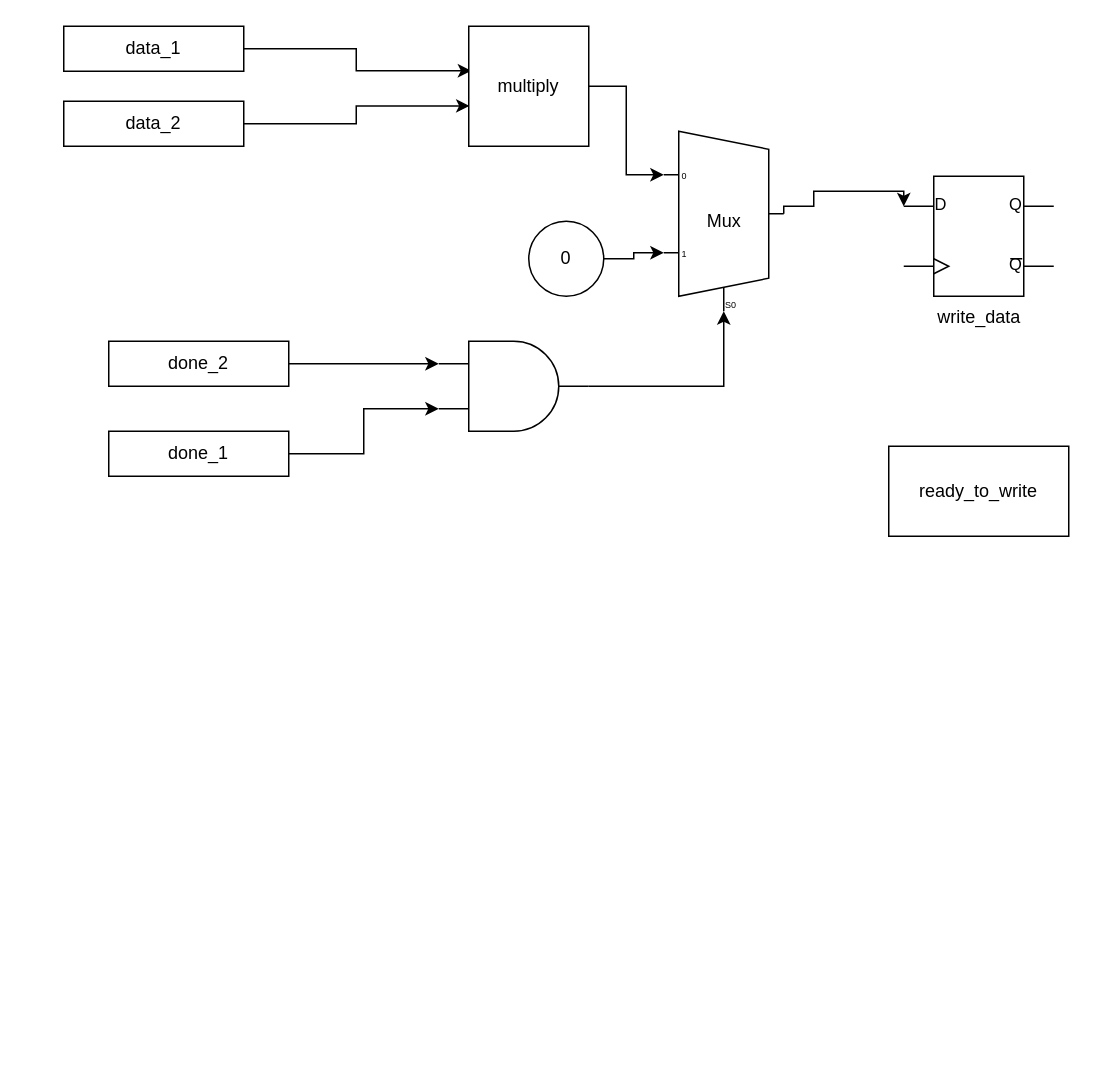
The draw.io diagram page "execution" (3 of 3) of sram-project-control-1.drawio in SeanDaniels/asic-design, before the edit. Source tidied: cells renumbered, new cells numbered last; positions are measured from the earlier drawing's top-left corner, leaving out a move shared by most shapes. Both pictures are drawn from the tidied source at 150%, with x=0, y=0 at pixel (63, 26).
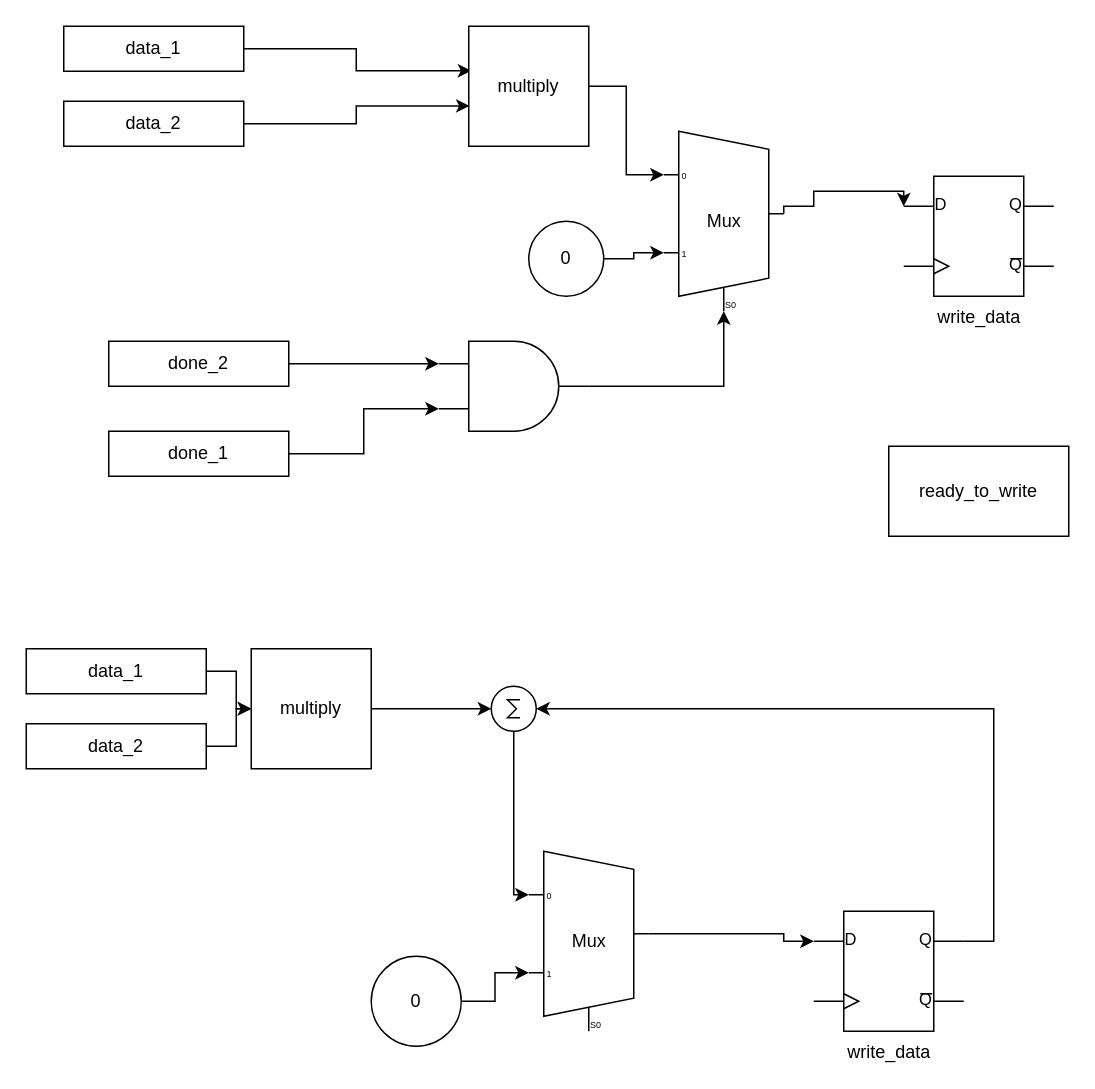
Above is the later version.

Diff of the diagram source:
```diff
@@
+    <mxCell id="20" style="edgeStyle=orthogonalEdgeStyle;rounded=0;jettySize=auto;html=1;exitX=1;exitY=0.5;exitDx=0;exitDy=-5;exitPerimeter=0;entryX=0;entryY=0.25;entryDx=0;entryDy=0;entryPerimeter=0;" parent="1" edge="1" source="21" target="29">
+      <mxGeometry relative="1" as="geometry">
+        <Array as="points">
+          <mxPoint x="480" y="605" />
+        </Array>
+      </mxGeometry>
+    </mxCell>
+    <mxCell id="21" value="Mux" style="shadow=0;dashed=0;align=center;html=1;strokeWidth=1;shape=mxgraph.electrical.abstract.mux2;direction=east;selectorPins=1;" parent="1" vertex="1">
+      <mxGeometry x="310" y="550" width="80" height="120" as="geometry" />
+    </mxCell>
+    <mxCell id="22" style="edgeStyle=orthogonalEdgeStyle;rounded=0;jettySize=auto;html=1;" parent="1" edge="1" source="23" target="31">
+      <mxGeometry relative="1" as="geometry" />
+    </mxCell>
+    <mxCell id="23" value="multiply" style="whiteSpace=wrap;html=1;" parent="1" vertex="1">
+      <mxGeometry x="125" y="415" width="80" height="80" as="geometry" />
+    </mxCell>
+    <mxCell id="24" style="edgeStyle=orthogonalEdgeStyle;rounded=0;jettySize=auto;html=1;" parent="1" edge="1" source="25" target="23">
+      <mxGeometry relative="1" as="geometry" />
+    </mxCell>
+    <mxCell id="25" value="data_1" style="rounded=0;whiteSpace=wrap;html=1;" parent="1" vertex="1">
+      <mxGeometry x="-25" y="415" width="120" height="30" as="geometry" />
+    </mxCell>
+    <mxCell id="26" style="edgeStyle=orthogonalEdgeStyle;rounded=0;jettySize=auto;html=1;" parent="1" edge="1" source="27" target="23">
+      <mxGeometry relative="1" as="geometry" />
+    </mxCell>
+    <mxCell id="27" value="data_2" style="rounded=0;whiteSpace=wrap;html=1;" parent="1" vertex="1">
+      <mxGeometry x="-25" y="465" width="120" height="30" as="geometry" />
+    </mxCell>
+    <mxCell id="28" style="edgeStyle=orthogonalEdgeStyle;rounded=0;jettySize=auto;html=1;exitX=1;exitY=0.25;exitDx=0;exitDy=0;exitPerimeter=0;entryX=1;entryY=0.5;entryDx=0;entryDy=0;entryPerimeter=0;" parent="1" edge="1" source="29" target="31">
+      <mxGeometry relative="1" as="geometry" />
+    </mxCell>
+    <mxCell id="29" value="write_data" style="verticalLabelPosition=bottom;shadow=0;dashed=0;align=center;html=1;verticalAlign=top;shape=mxgraph.electrical.logic_gates.d_type_flip-flop;" parent="1" vertex="1">
+      <mxGeometry x="500" y="590" width="100" height="80" as="geometry" />
+    </mxCell>
+    <mxCell id="30" style="edgeStyle=orthogonalEdgeStyle;rounded=0;jettySize=auto;html=1;entryX=0;entryY=0.21666666666666667;entryDx=0;entryDy=3;entryPerimeter=0;" parent="1" edge="1" source="31" target="21">
+      <mxGeometry relative="1" as="geometry">
+        <Array as="points">
+          <mxPoint x="300" y="579" />
+        </Array>
+      </mxGeometry>
+    </mxCell>
+    <mxCell id="31" style="verticalLabelPosition=bottom;shadow=0;dashed=0;align=center;html=1;verticalAlign=top;shape=mxgraph.electrical.abstract.sum;" parent="1" vertex="1">
+      <mxGeometry x="285" y="440" width="30" height="30" as="geometry" />
+    </mxCell>
+    <mxCell id="32" style="edgeStyle=orthogonalEdgeStyle;rounded=0;jettySize=auto;html=1;entryX=0;entryY=0.65;entryDx=0;entryDy=3;entryPerimeter=0;" parent="1" edge="1" source="33" target="21">
+      <mxGeometry relative="1" as="geometry" />
+    </mxCell>
+    <mxCell id="33" value="0" style="ellipse;whiteSpace=wrap;html=1;" parent="1" vertex="1">
+      <mxGeometry x="205" y="620" width="60" height="60" as="geometry" />
+    </mxCell>
```
